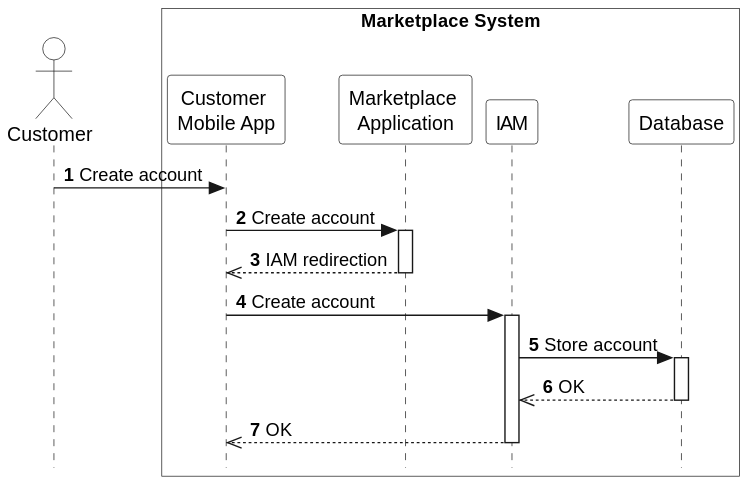
Before: arc42/marketplace/runtime-view/figures/marketplace-create-account.svg, a diagram exported from PlantUML (eddie-energy/architecture).
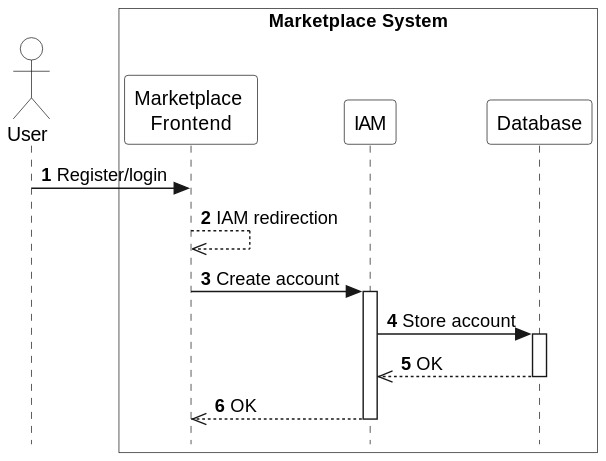
The same diagram one commit later.

Change to the diagram source:
```diff
@@ -8,19 +8,15 @@
 autonumber
 !pragma teoz true
 
-actor "Customer" as customer
+actor "User" as user
 box "Marketplace System" #transparent
-  participant "Customer \nMobile App" as app
-  participant "Marketplace \nApplication" as marketplace
+  participant "Marketplace \nFrontend" as app
   participant "IAM" as iam
   participant "Database" as database
 end box
 
-customer -> app : Create account
-app -> marketplace : Create account
-activate marketplace
-marketplace -->> app : IAM redirection
-deactivate marketplace
+user -> app : Register/login
+app -->> app : IAM redirection
 app -> iam : Create account
 activate iam
 iam -> database : Store account
```
